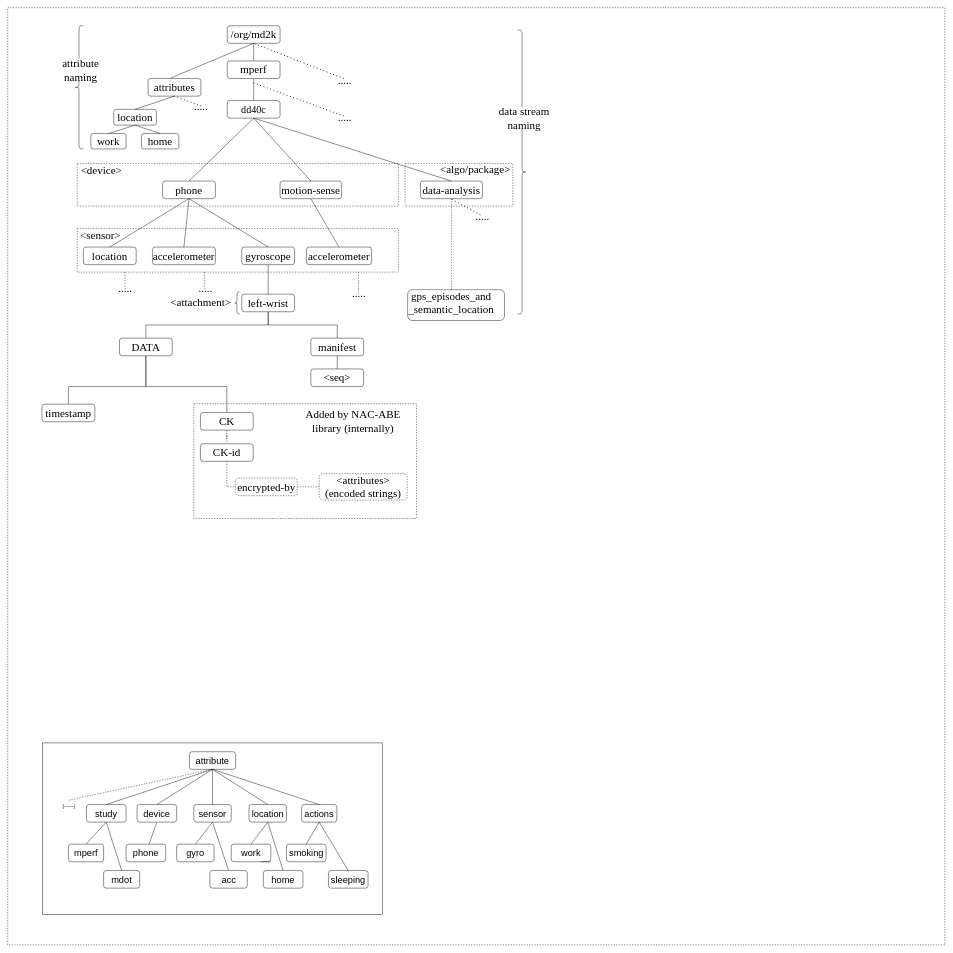
The draw.io diagram page "Namespace" (2 of 4) of docs/mGuard .drawio in dulalsaurab/new-mguard, before the edit. Source tidied: cells renumbered, new cells numbered last; positions are measured from the earlier drawing's top-left corner, leaving out a move shared by most shapes. Both pictures are drawn from the tidied source at 44%, with x=0, y=0 at pixel (7, 7).
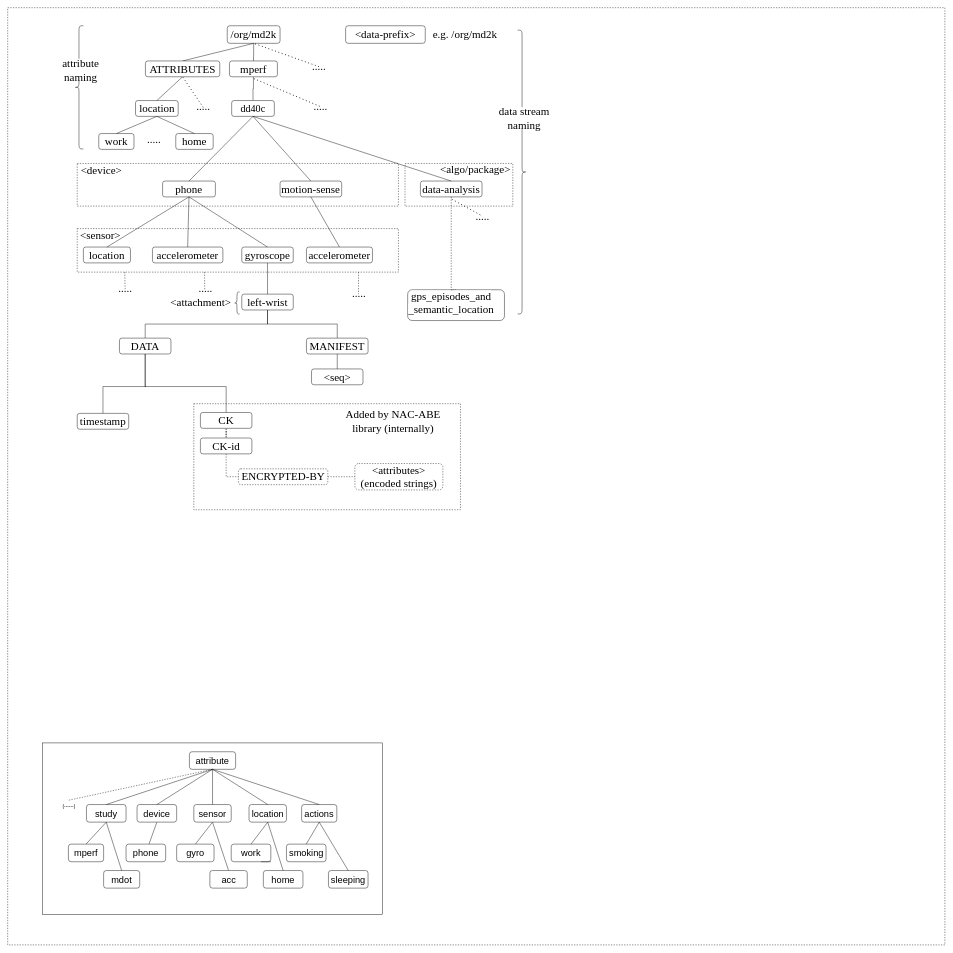
The same diagram, later.

Unchanged cells that the change refers to:
```xml
<mxCell id="2" style="whiteSpace=wrap;html=1;dashed=1;labelBackgroundColor=#ffffff;fontColor=#000000;" parent="1" vertex="1">
  <mxGeometry width="2130" height="2130" as="geometry" />
</mxCell>
<mxCell id="8" value="&lt;font style=&quot;font-size: 25px&quot; face=&quot;Times New Roman&quot;&gt;/org/md2k&lt;/font&gt;" style="rounded=1;whiteSpace=wrap;html=1;fontStyle=0;" parent="1" vertex="1">
  <mxGeometry x="499" y="41" width="120" height="40" as="geometry" />
</mxCell>
```

The edit, as a diff of the source:
```diff
@@
+    <mxCell id="112" style="rounded=0;whiteSpace=wrap;html=1;fontFamily=Times New Roman;fontSize=25;dashed=1;fillColor=none;" parent="1" vertex="1">
+      <mxGeometry x="423" y="900" width="606" height="241" as="geometry" />
+    </mxCell>
@@
     <mxCell id="10" value="&lt;font style=&quot;font-size: 25px&quot; face=&quot;Times New Roman&quot;&gt;mperf&lt;/font&gt;" style="rounded=1;whiteSpace=wrap;html=1;fontStyle=0;" parent="1" vertex="1">
-      <mxGeometry x="499" y="121" width="120" height="40" as="geometry" />
+      <mxGeometry x="504" y="121" width="109" height="36" as="geometry" />
     </mxCell>
     <mxCell id="11" value="&lt;font style=&quot;font-size: 23px&quot; face=&quot;Times New Roman&quot;&gt;dd40c&lt;/font&gt;" style="rounded=1;whiteSpace=wrap;html=1;fontStyle=0;" parent="1" vertex="1">
-      <mxGeometry x="499" y="211" width="120" height="40" as="geometry" />
+      <mxGeometry x="509" y="211" width="97" height="36" as="geometry" />
     </mxCell>
     <mxCell id="12" value="&lt;font style=&quot;font-size: 25px;&quot;&gt;phone&lt;/font&gt;" style="rounded=1;whiteSpace=wrap;html=1;fontStyle=0;fontFamily=Times New Roman;fontSize=25;" parent="1" vertex="1">
-      <mxGeometry x="352" y="394" width="120" height="40" as="geometry" />
+      <mxGeometry x="352" y="394" width="120" height="36" as="geometry" />
     </mxCell>
     <mxCell id="13" value="&lt;font style=&quot;font-size: 25px;&quot;&gt;motion-sense&lt;/font&gt;" style="rounded=1;whiteSpace=wrap;html=1;fontStyle=0;fontFamily=Times New Roman;fontSize=25;" parent="1" vertex="1">
-      <mxGeometry x="619" y="394" width="140" height="40" as="geometry" />
+      <mxGeometry x="619" y="394" width="140" height="36" as="geometry" />
     </mxCell>
     <mxCell id="14" value="&lt;font style=&quot;font-size: 25px;&quot;&gt;data-analysis&lt;/font&gt;" style="rounded=1;whiteSpace=wrap;html=1;fontStyle=0;fontFamily=Times New Roman;fontSize=25;" parent="1" vertex="1">
-      <mxGeometry x="938" y="394" width="141" height="40" as="geometry" />
+      <mxGeometry x="938" y="394" width="140" height="36" as="geometry" />
     </mxCell>
     <mxCell id="15" value="&lt;span style=&quot;font-size: 25px;&quot;&gt;location&lt;/span&gt;" style="rounded=1;whiteSpace=wrap;html=1;fontStyle=0;fontFamily=Times New Roman;fontSize=25;" parent="1" vertex="1">
-      <mxGeometry x="172" y="544" width="120" height="40" as="geometry" />
+      <mxGeometry x="172" y="544" width="107" height="36" as="geometry" />
     </mxCell>
     <mxCell id="16" value="&lt;span style=&quot;font-size: 25px;&quot;&gt;accelerometer&lt;/span&gt;" style="rounded=1;whiteSpace=wrap;html=1;fontStyle=0;fontFamily=Times New Roman;fontSize=25;" parent="1" vertex="1">
-      <mxGeometry x="329" y="544" width="143" height="40" as="geometry" />
+      <mxGeometry x="329" y="544" width="160" height="36" as="geometry" />
     </mxCell>
     <mxCell id="17" value="&lt;font style=&quot;font-size: 25px;&quot;&gt;accelerometer&lt;/font&gt;" style="rounded=1;whiteSpace=wrap;html=1;fontStyle=0;fontFamily=Times New Roman;fontSize=25;" parent="1" vertex="1">
-      <mxGeometry x="679" y="544" width="148" height="40" as="geometry" />
+      <mxGeometry x="679" y="544" width="150" height="36" as="geometry" />
     </mxCell>
@@
     <mxCell id="19" value="&lt;font style=&quot;font-size: 25px;&quot;&gt;gyroscope&lt;/font&gt;" style="rounded=1;whiteSpace=wrap;html=1;fontStyle=0;fontFamily=Times New Roman;fontSize=25;" parent="1" vertex="1">
-      <mxGeometry x="532" y="544" width="120" height="40" as="geometry" />
+      <mxGeometry x="532" y="544" width="117" height="36" as="geometry" />
     </mxCell>
@@
     <mxCell id="22" value="&lt;span style=&quot;font-size: 25px;&quot;&gt;left-wrist&lt;/span&gt;" style="rounded=1;whiteSpace=wrap;html=1;fontStyle=0;fontFamily=Times New Roman;fontSize=25;" parent="1" vertex="1">
-      <mxGeometry x="532" y="651" width="120" height="40" as="geometry" />
+      <mxGeometry x="532" y="651" width="117" height="36" as="geometry" />
     </mxCell>
@@
     <mxCell id="36" value="&lt;span style=&quot;font-size: 25px;&quot;&gt;DATA&lt;/span&gt;" style="rounded=1;whiteSpace=wrap;html=1;fontStyle=0;fontFamily=Times New Roman;fontSize=25;" parent="1" vertex="1">
-      <mxGeometry x="254" y="751" width="120" height="40" as="geometry" />
+      <mxGeometry x="254" y="751" width="117" height="36" as="geometry" />
     </mxCell>
-    <mxCell id="37" value="&lt;span style=&quot;font-size: 25px;&quot;&gt;manifest&lt;/span&gt;" style="rounded=1;whiteSpace=wrap;html=1;fontStyle=0;fontFamily=Times New Roman;fontSize=25;" parent="1" vertex="1">
-      <mxGeometry x="689" y="751" width="120" height="40" as="geometry" />
+    <mxCell id="37" value="&lt;span style=&quot;font-size: 25px&quot;&gt;MANIFEST&lt;/span&gt;" style="rounded=1;whiteSpace=wrap;html=1;fontStyle=0;fontFamily=Times New Roman;fontSize=25;" parent="1" vertex="1">
+      <mxGeometry x="679" y="751" width="140" height="36" as="geometry" />
     </mxCell>
     <mxCell id="38" value="&lt;span style=&quot;font-size: 25px;&quot;&gt;&amp;lt;seq&amp;gt;&lt;/span&gt;" style="rounded=1;whiteSpace=wrap;html=1;fontStyle=0;fontFamily=Times New Roman;fontSize=25;" parent="1" vertex="1">
-      <mxGeometry x="689" y="821" width="120" height="40" as="geometry" />
+      <mxGeometry x="690.5" y="821" width="117" height="36" as="geometry" />
     </mxCell>
     <mxCell id="39" value="&lt;span style=&quot;font-size: 25px;&quot;&gt;timestamp&lt;/span&gt;" style="rounded=1;whiteSpace=wrap;html=1;fontStyle=0;fontFamily=Times New Roman;fontSize=25;" parent="1" vertex="1">
-      <mxGeometry x="78" y="901" width="120" height="40" as="geometry" />
+      <mxGeometry x="158" y="922" width="117" height="36" as="geometry" />
     </mxCell>
@@
     <mxCell id="46" value="&lt;span style=&quot;font-size: 25px&quot;&gt;CK&lt;/span&gt;" style="rounded=1;whiteSpace=wrap;html=1;fontStyle=0;fontFamily=Times New Roman;fontSize=25;" parent="1" vertex="1">
-      <mxGeometry x="438" y="920" width="120" height="40" as="geometry" />
+      <mxGeometry x="438" y="920" width="117" height="36" as="geometry" />
     </mxCell>
@@
     <mxCell id="48" value="&lt;span style=&quot;font-size: 25px&quot;&gt;CK-id&lt;/span&gt;" style="rounded=1;whiteSpace=wrap;html=1;fontStyle=0;fontFamily=Times New Roman;fontSize=25;" parent="1" vertex="1">
-      <mxGeometry x="438" y="991" width="120" height="40" as="geometry" />
+      <mxGeometry x="438" y="978" width="117" height="36" as="geometry" />
     </mxCell>
@@
     <mxCell id="83" value="&lt;span style=&quot;font-size: 25px;&quot;&gt;&amp;lt;attributes&amp;gt;&lt;br style=&quot;font-size: 25px;&quot;&gt;(encoded strings)&lt;br style=&quot;font-size: 25px;&quot;&gt;&lt;/span&gt;" style="rounded=1;whiteSpace=wrap;html=1;fontStyle=0;dashed=1;fontFamily=Times New Roman;fontSize=25;" parent="1" vertex="1">
-      <mxGeometry x="708" y="1059" width="200" height="60" as="geometry" />
+      <mxGeometry x="789" y="1036" width="200" height="60" as="geometry" />
     </mxCell>
@@
-    <mxCell id="85" value="&lt;span style=&quot;font-size: 25px;&quot;&gt;encrypted-by&lt;/span&gt;" style="rounded=1;whiteSpace=wrap;html=1;fontStyle=0;dashed=1;fontFamily=Times New Roman;fontSize=25;" parent="1" vertex="1">
-      <mxGeometry x="518" y="1069" width="140" height="40" as="geometry" />
+    <mxCell id="85" value="ENCRYPTED-BY" style="rounded=1;whiteSpace=wrap;html=1;fontStyle=0;dashed=1;fontFamily=Times New Roman;fontSize=25;" parent="1" vertex="1">
+      <mxGeometry x="524.5" y="1048" width="203" height="36" as="geometry" />
     </mxCell>
     <mxCell id="86" value="&lt;font style=&quot;font-size: 25px;&quot;&gt;Added by NAC-ABE library (internally)&lt;br style=&quot;font-size: 25px;&quot;&gt;&lt;/font&gt;" style="text;html=1;strokeColor=none;align=center;verticalAlign=middle;whiteSpace=wrap;rounded=0;dashed=1;fillColor=#ffffff;fontStyle=0;fontFamily=Times New Roman;fontSize=25;" parent="1" vertex="1">
-      <mxGeometry x="641" y="915" width="288" height="50" as="geometry" />
+      <mxGeometry x="732" y="915" width="288" height="50" as="geometry" />
     </mxCell>
     <mxCell id="87" value="....." style="text;html=1;strokeColor=none;fillColor=none;align=center;verticalAlign=middle;whiteSpace=wrap;rounded=0;fontFamily=Times New Roman;fontSize=25;" parent="1" vertex="1">
-      <mxGeometry x="746" y="161" width="40" height="5" as="geometry" />
+      <mxGeometry x="687.5" y="129" width="40" height="5" as="geometry" />
     </mxCell>
-    <mxCell id="88" style="endArrow=none;dashed=1;html=1;dashPattern=1 3;strokeWidth=2;fontFamily=Times New Roman;fontSize=25;entryX=0.5;entryY=1;entryDx=0;entryDy=0;" parent="1" edge="1" target="8">
-      <mxGeometry relative="1" as="geometry">
-        <mxPoint x="764" y="161" as="sourcePoint" />
-      </mxGeometry>
+    <mxCell id="88" style="endArrow=none;dashed=1;html=1;dashPattern=1 3;strokeWidth=2;fontFamily=Times New Roman;fontSize=25;entryX=0.5;entryY=1;entryDx=0;entryDy=0;exitX=0.5;exitY=1;exitDx=0;exitDy=0;" parent="1" edge="1" source="87" target="8">
+      <mxGeometry relative="1" as="geometry" />
     </mxCell>
-    <mxCell id="89" style="endArrow=none;dashed=1;html=1;dashPattern=1 3;strokeWidth=2;fontFamily=Times New Roman;fontSize=25;exitX=0.5;exitY=0;exitDx=0;exitDy=0;" parent="1" edge="1">
+    <mxCell id="89" style="endArrow=none;dashed=1;html=1;dashPattern=1 3;strokeWidth=2;fontFamily=Times New Roman;fontSize=25;" parent="1" edge="1">
       <mxGeometry relative="1" as="geometry">
-        <mxPoint x="763.5" y="246" as="sourcePoint" />
-        <mxPoint x="559" y="171" as="targetPoint" />
+        <mxPoint x="709" y="224" as="sourcePoint" />
+        <mxPoint x="559" y="161" as="targetPoint" />
       </mxGeometry>
     </mxCell>
     <mxCell id="90" value="....." style="text;html=1;strokeColor=none;fillColor=none;align=center;verticalAlign=middle;whiteSpace=wrap;rounded=0;fontFamily=Times New Roman;fontSize=25;" parent="1" vertex="1">
-      <mxGeometry x="746" y="238" width="40" height="20" as="geometry" />
+      <mxGeometry x="690.5" y="213.5" width="40" height="21" as="geometry" />
     </mxCell>
-    <mxCell id="91" style="endArrow=none;html=1;exitX=0.174;exitY=0.075;exitDx=0;exitDy=0;fontStyle=0;entryX=0.5;entryY=1;entryDx=0;entryDy=0;exitPerimeter=0;" parent="1" edge="1" source="2" target="8">
+    <mxCell id="91" style="endArrow=none;html=1;exitX=0.5;exitY=0;exitDx=0;exitDy=0;fontStyle=0;entryX=0.5;entryY=1;entryDx=0;entryDy=0;startArrow=none;" parent="1" edge="1" source="92" target="8">
       <mxGeometry relative="1" as="geometry" />
     </mxCell>
-    <mxCell id="92" value="&lt;font style=&quot;font-size: 25px&quot; face=&quot;Times New Roman&quot;&gt;attributes&lt;/font&gt;" style="rounded=1;whiteSpace=wrap;html=1;fontStyle=0;" parent="1" vertex="1">
-      <mxGeometry x="319" y="161" width="120" height="40" as="geometry" />
-    </mxCell>
     <mxCell id="93" value="&lt;font face=&quot;Times New Roman&quot;&gt;&lt;span style=&quot;font-size: 25px&quot;&gt;location&lt;/span&gt;&lt;/font&gt;" style="rounded=1;whiteSpace=wrap;html=1;fontStyle=0;" parent="1" vertex="1">
-      <mxGeometry x="241" y="231" width="97" height="36" as="geometry" />
+      <mxGeometry x="290.5" y="211" width="97" height="36" as="geometry" />
     </mxCell>
     <mxCell id="94" value="&lt;font style=&quot;font-size: 25px&quot; face=&quot;Times New Roman&quot;&gt;work&lt;/font&gt;" style="rounded=1;whiteSpace=wrap;html=1;fontStyle=0;" parent="1" vertex="1">
-      <mxGeometry x="189" y="286" width="80" height="35" as="geometry" />
+      <mxGeometry x="207" y="286" width="80" height="36" as="geometry" />
     </mxCell>
     <mxCell id="95" value="&lt;font face=&quot;Times New Roman&quot;&gt;&lt;span style=&quot;font-size: 25px&quot;&gt;home&lt;/span&gt;&lt;/font&gt;" style="rounded=1;whiteSpace=wrap;html=1;fontStyle=0;" parent="1" vertex="1">
-      <mxGeometry x="304" y="286" width="85" height="35" as="geometry" />
+      <mxGeometry x="382" y="286" width="85" height="36" as="geometry" />
     </mxCell>
@@
-    <mxCell id="99" style="endArrow=none;dashed=1;html=1;dashPattern=1 3;strokeWidth=2;fontFamily=Times New Roman;fontSize=25;entryX=0.5;entryY=1;entryDx=0;entryDy=0;startArrow=none;" parent="1" edge="1" source="100">
-      <mxGeometry relative="1" as="geometry">
-        <mxPoint x="379" y="201" as="targetPoint" />
-      </mxGeometry>
+    <mxCell id="99" style="endArrow=none;dashed=1;html=1;dashPattern=1 3;strokeWidth=2;fontFamily=Times New Roman;fontSize=25;entryX=0.5;entryY=1;entryDx=0;entryDy=0;startArrow=none;exitX=0.5;exitY=1;exitDx=0;exitDy=0;" parent="1" edge="1" source="100" target="92">
+      <mxGeometry relative="1" as="geometry" />
     </mxCell>
     <mxCell id="100" value="....." style="text;html=1;strokeColor=none;fillColor=none;align=center;verticalAlign=middle;whiteSpace=wrap;rounded=0;fontFamily=Times New Roman;fontSize=25;" parent="1" vertex="1">
-      <mxGeometry x="419" y="221" width="40.5" height="5.1" as="geometry" />
+      <mxGeometry x="424" y="221.5" width="40.5" height="5.1" as="geometry" />
     </mxCell>
-    <mxCell id="101" style="endArrow=none;dashed=1;html=1;dashPattern=1 3;strokeWidth=2;fontFamily=Times New Roman;fontSize=25;entryX=0.5;entryY=1;entryDx=0;entryDy=0;" parent="1" edge="1" target="100">
-      <mxGeometry relative="1" as="geometry">
-        <mxPoint x="439" y="221" as="sourcePoint" />
-      </mxGeometry>
-    </mxCell>
@@
-    <mxCell id="112" style="rounded=0;whiteSpace=wrap;html=1;fontFamily=Times New Roman;fontSize=25;dashed=1;fillColor=none;" parent="1" vertex="1">
-      <mxGeometry x="423" y="900" width="506" height="261" as="geometry" />
-    </mxCell>
+    <mxCell id="92" value="&lt;font style=&quot;font-size: 25px&quot; face=&quot;Times New Roman&quot;&gt;ATTRIBUTES&lt;/font&gt;" style="rounded=1;whiteSpace=wrap;html=1;fontStyle=0;" parent="1" vertex="1">
+      <mxGeometry x="313" y="121" width="169" height="36" as="geometry" />
+    </mxCell>
+    <mxCell id="113" value="....." style="text;html=1;strokeColor=none;fillColor=none;align=center;verticalAlign=middle;whiteSpace=wrap;rounded=0;fontFamily=Times New Roman;fontSize=25;" parent="1" vertex="1">
+      <mxGeometry x="311.5" y="295" width="40.5" height="5.1" as="geometry" />
+    </mxCell>
+    <mxCell id="114" style="edgeStyle=orthogonalEdgeStyle;rounded=0;orthogonalLoop=1;jettySize=auto;html=1;exitX=0.5;exitY=1;exitDx=0;exitDy=0;dashed=1;fontFamily=Times New Roman;fontSize=25;endArrow=none;endFill=0;" parent="1" edge="1" source="90" target="90">
+      <mxGeometry relative="1" as="geometry" />
+    </mxCell>
+    <mxCell id="115" value="&lt;font style=&quot;font-size: 25px&quot; face=&quot;Times New Roman&quot;&gt;&amp;lt;data-prefix&amp;gt;&lt;/font&gt;" style="rounded=1;whiteSpace=wrap;html=1;fontStyle=0;" parent="1" vertex="1">
+      <mxGeometry x="768" y="41" width="181" height="40" as="geometry" />
+    </mxCell>
+    <mxCell id="116" value="&lt;span&gt;e.g. /org/md2k&lt;/span&gt;" style="text;html=1;align=center;verticalAlign=middle;strokeColor=none;fillColor=none;fontSize=25;fontFamily=Times New Roman;" parent="1" vertex="1">
+      <mxGeometry x="959" y="41" width="160" height="40" as="geometry" />
+    </mxCell>
```
